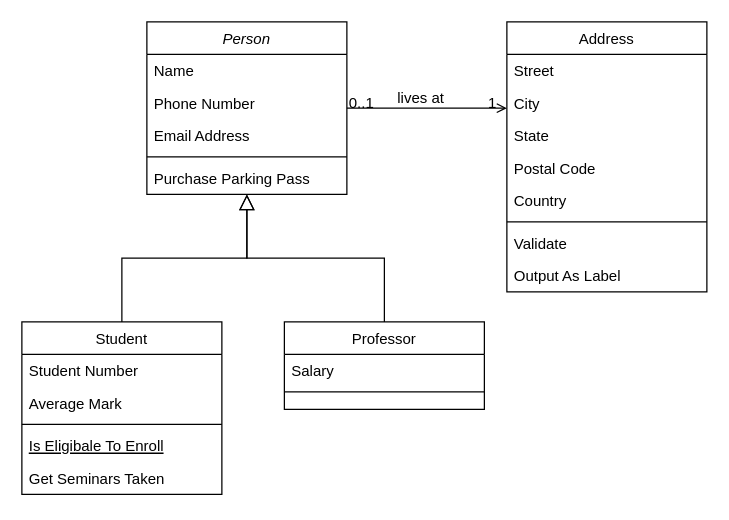
The draw.io diagram Untitled Diagram.drawio in haykp/Test, before the edit. Source tidied: cells renumbered, new cells numbered last; positions are measured from the earlier drawing's top-left corner, leaving out a move shared by most shapes. Both pictures are drawn from the tidied source at 125%, with x=0, y=0 at pixel (21, 21).
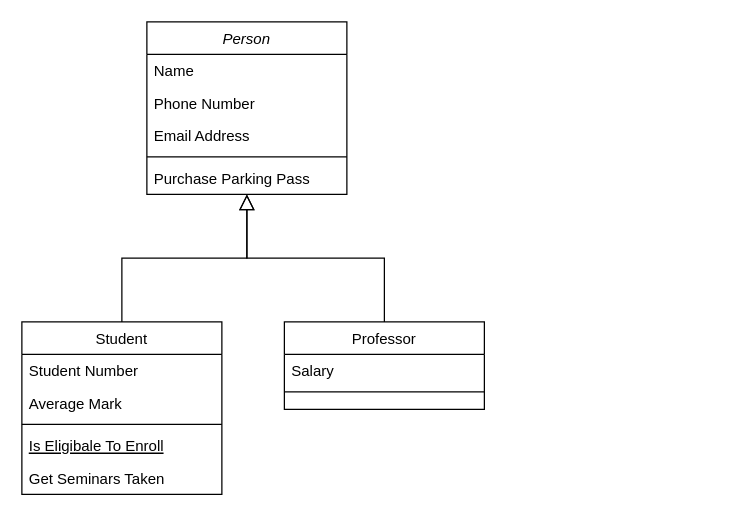
After the change.

Unchanged cells that the change refers to:
```xml
<mxCell id="2" value="Person" style="swimlane;fontStyle=2;align=center;verticalAlign=top;horizontal=1;startSize=26;rounded=0;shadow=0;strokeWidth=1;" parent="1" vertex="1">
  <mxGeometry x="100" width="160" height="138" as="geometry" />
</mxCell>
```

The edit, as a diff of the source:
```diff
@@
-    <mxCell id="19" value="Address" style="swimlane;fontStyle=0;align=center;verticalAlign=top;horizontal=1;startSize=26;rounded=0;shadow=0;strokeWidth=1;" parent="1" vertex="1">
-      <mxGeometry x="388" width="160" height="216" as="geometry" />
-    </mxCell>
-    <mxCell id="20" value="Street" style="text;align=left;verticalAlign=top;spacingLeft=4;spacingRight=4;overflow=hidden;" parent="19" vertex="1">
-      <mxGeometry y="26" width="160" height="26" as="geometry" />
-    </mxCell>
-    <mxCell id="21" value="City" style="text;align=left;verticalAlign=top;spacingLeft=4;spacingRight=4;overflow=hidden;rounded=0;shadow=0;html=0;" parent="19" vertex="1">
-      <mxGeometry y="52" width="160" height="26" as="geometry" />
-    </mxCell>
-    <mxCell id="22" value="State" style="text;align=left;verticalAlign=top;spacingLeft=4;spacingRight=4;overflow=hidden;rounded=0;shadow=0;html=0;" parent="19" vertex="1">
-      <mxGeometry y="78" width="160" height="26" as="geometry" />
-    </mxCell>
-    <mxCell id="23" value="Postal Code" style="text;align=left;verticalAlign=top;spacingLeft=4;spacingRight=4;overflow=hidden;rounded=0;shadow=0;html=0;" parent="19" vertex="1">
-      <mxGeometry y="104" width="160" height="26" as="geometry" />
-    </mxCell>
-    <mxCell id="24" value="Country" style="text;align=left;verticalAlign=top;spacingLeft=4;spacingRight=4;overflow=hidden;rounded=0;shadow=0;html=0;" parent="19" vertex="1">
-      <mxGeometry y="130" width="160" height="26" as="geometry" />
-    </mxCell>
-    <mxCell id="25" style="line;html=1;strokeWidth=1;align=left;verticalAlign=middle;spacingTop=-1;spacingLeft=3;spacingRight=3;labelPosition=right;" parent="19" vertex="1">
-      <mxGeometry y="156" width="160" height="8" as="geometry" />
-    </mxCell>
-    <mxCell id="26" value="Validate" style="text;align=left;verticalAlign=top;spacingLeft=4;spacingRight=4;overflow=hidden;" parent="19" vertex="1">
-      <mxGeometry y="164" width="160" height="26" as="geometry" />
-    </mxCell>
-    <mxCell id="27" value="Output As Label" style="text;align=left;verticalAlign=top;spacingLeft=4;spacingRight=4;overflow=hidden;" parent="19" vertex="1">
-      <mxGeometry y="190" width="160" height="26" as="geometry" />
-    </mxCell>
-    <mxCell id="28" style="endArrow=open;shadow=0;strokeWidth=1;strokeColor=#000000;rounded=0;endFill=1;edgeStyle=elbowEdgeStyle;elbow=vertical;" parent="1" edge="1" source="2" target="19">
-      <mxGeometry x="0.5" y="41" relative="1" as="geometry">
-        <mxPoint x="-40" y="32" as="offset" />
-      </mxGeometry>
-    </mxCell>
-    <mxCell id="29" value="0..1" style="align=left;verticalAlign=bottom;labelBackgroundColor=none;fontSize=12;" parent="28" vertex="1">
-      <mxGeometry x="-1" relative="1" as="geometry">
-        <mxPoint y="4" as="offset" />
-      </mxGeometry>
-    </mxCell>
-    <mxCell id="30" value="1" style="align=right;verticalAlign=bottom;labelBackgroundColor=none;fontSize=12;" parent="28" vertex="1">
-      <mxGeometry x="1" relative="1" as="geometry">
-        <mxPoint x="-7" y="4" as="offset" />
-      </mxGeometry>
-    </mxCell>
-    <mxCell id="31" value="lives at" style="text;html=1;align=center;verticalAlign=middle;labelBackgroundColor=none;rounded=0;shadow=0;strokeWidth=1;fontSize=12;" parent="28" vertex="1">
-      <mxGeometry x="0.5" y="49" relative="1" as="geometry">
-        <mxPoint x="-38" y="40" as="offset" />
-      </mxGeometry>
-    </mxCell>
```
